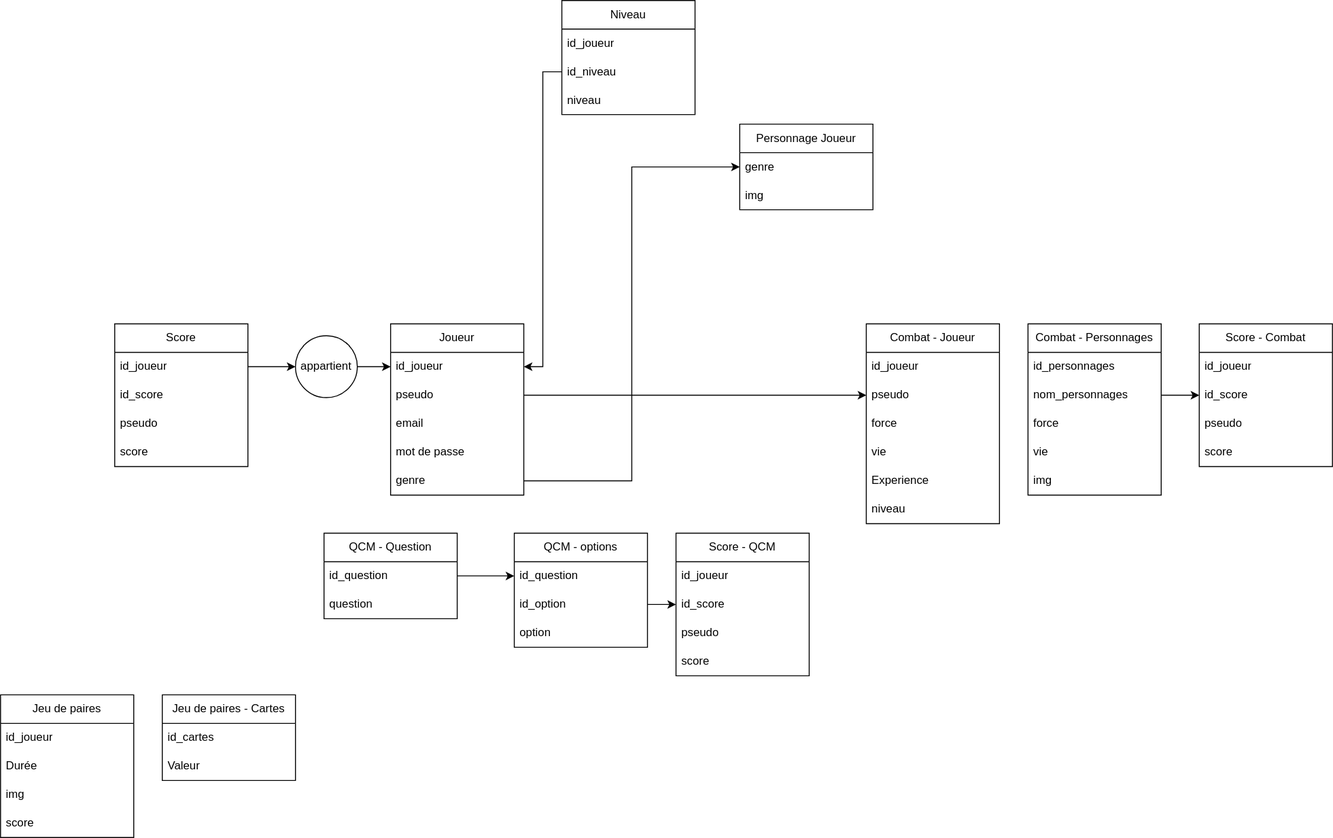
Above: BDD.svg in Oreki2004/Projet-Final-6TTSI (draw.io), before the change. Source tidied: cells renumbered, new cells last; positions are measured from the earlier drawing's top-left corner, leaving out a move shared by most shapes.
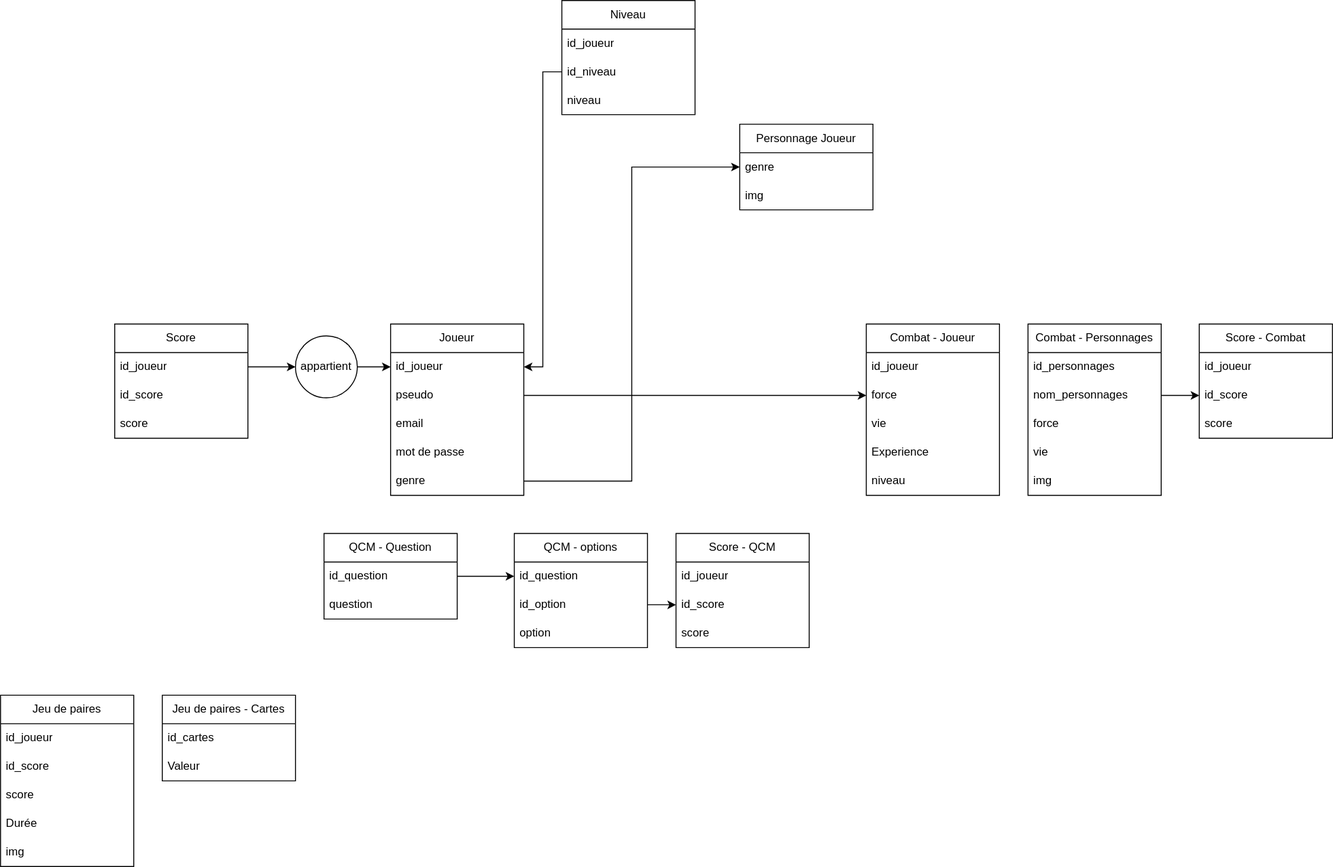
After the commit.

Commit message:
Mettre à jour BDD.svg

What changed in the source:
```diff
@@ -3,7 +3,7 @@
     <mxCell id="0" />
     <mxCell id="1" parent="0" />
     <mxCell id="2" value="Score" style="swimlane;fontStyle=0;horizontal=1;startSize=30;whiteSpace=wrap;html=1;" parent="1" vertex="1">
-      <mxGeometry x="120" y="340" width="140" height="150" as="geometry" />
+      <mxGeometry x="120" y="340" width="140" height="120" as="geometry" />
     </mxCell>
     <mxCell id="3" value="id_joueur" style="text;strokeColor=none;fillColor=none;align=left;verticalAlign=middle;spacingLeft=4;spacingRight=4;overflow=hidden;points=[[0,0.5],[1,0.5]];portConstraint=eastwest;whiteSpace=wrap;html=1;" parent="2" vertex="1">
       <mxGeometry y="30" width="140" height="30" as="geometry" />
@@ -11,11 +11,8 @@
     <mxCell id="4" value="id_score" style="text;strokeColor=none;fillColor=none;align=left;verticalAlign=middle;spacingLeft=4;spacingRight=4;overflow=hidden;whiteSpace=wrap;html=1;" parent="2" vertex="1">
       <mxGeometry y="60" width="140" height="30" as="geometry" />
     </mxCell>
-    <mxCell id="5" value="pseudo" style="text;strokeColor=none;fillColor=none;align=left;verticalAlign=middle;spacingLeft=4;spacingRight=4;overflow=hidden;whiteSpace=wrap;html=1;" parent="2" vertex="1">
-      <mxGeometry y="90" width="140" height="30" as="geometry" />
-    </mxCell>
     <mxCell id="6" value="score" style="text;strokeColor=none;fillColor=none;align=left;verticalAlign=middle;spacingLeft=4;spacingRight=4;overflow=hidden;whiteSpace=wrap;html=1;" parent="2" vertex="1">
-      <mxGeometry y="120" width="140" height="30" as="geometry" />
+      <mxGeometry y="90" width="140" height="30" as="geometry" />
     </mxCell>
     <mxCell id="7" value="Joueur" style="swimlane;fontStyle=0;horizontal=1;startSize=30;whiteSpace=wrap;html=1;" parent="1" vertex="1">
       <mxGeometry x="410" y="340" width="140" height="180" as="geometry" />
@@ -102,31 +99,30 @@
       <mxGeometry relative="1" as="geometry" />
     </mxCell>
     <mxCell id="35" value="Combat - Joueur" style="swimlane;fontStyle=0;horizontal=1;startSize=30;whiteSpace=wrap;html=1;" parent="1" vertex="1">
-      <mxGeometry x="910" y="340" width="140" height="210" as="geometry" />
+      <mxGeometry x="910" y="340" width="140" height="180" as="geometry" />
     </mxCell>
     <mxCell id="36" value="id_joueur" style="text;strokeColor=none;fillColor=none;align=left;verticalAlign=middle;spacingLeft=4;spacingRight=4;overflow=hidden;whiteSpace=wrap;html=1;" parent="35" vertex="1">
       <mxGeometry y="30" width="140" height="30" as="geometry" />
     </mxCell>
-    <mxCell id="37" value="pseudo" style="text;strokeColor=none;fillColor=none;align=left;verticalAlign=middle;spacingLeft=4;spacingRight=4;overflow=hidden;points=[[0,0.5],[1,0.5]];portConstraint=eastwest;whiteSpace=wrap;html=1;" parent="35" vertex="1">
-      <mxGeometry y="60" width="140" height="30" as="geometry" />
-    </mxCell>
     <mxCell id="38" value="force" style="text;strokeColor=none;fillColor=none;align=left;verticalAlign=middle;spacingLeft=4;spacingRight=4;overflow=hidden;whiteSpace=wrap;html=1;" parent="35" vertex="1">
-      <mxGeometry y="90" width="140" height="30" as="geometry" />
+      <mxGeometry y="60" width="140" height="30" as="geometry" />
     </mxCell>
     <mxCell id="39" value="vie" style="text;strokeColor=none;fillColor=none;align=left;verticalAlign=middle;spacingLeft=4;spacingRight=4;overflow=hidden;whiteSpace=wrap;html=1;" parent="35" vertex="1">
-      <mxGeometry y="120" width="140" height="30" as="geometry" />
+      <mxGeometry y="90" width="140" height="30" as="geometry" />
     </mxCell>
     <mxCell id="40" value="Experience" style="text;strokeColor=none;fillColor=none;align=left;verticalAlign=middle;spacingLeft=4;spacingRight=4;overflow=hidden;whiteSpace=wrap;html=1;" parent="35" vertex="1">
-      <mxGeometry y="150" width="140" height="30" as="geometry" />
+      <mxGeometry y="120" width="140" height="30" as="geometry" />
     </mxCell>
     <mxCell id="41" value="niveau" style="text;strokeColor=none;fillColor=none;align=left;verticalAlign=middle;spacingLeft=4;spacingRight=4;overflow=hidden;whiteSpace=wrap;html=1;" parent="35" vertex="1">
-      <mxGeometry y="180" width="140" height="30" as="geometry" />
+      <mxGeometry y="150" width="140" height="30" as="geometry" />
     </mxCell>
-    <mxCell id="42" style="edgeStyle=orthogonalEdgeStyle;rounded=0;jettySize=auto;html=1;entryX=0;entryY=0.5;entryDx=0;entryDy=0;" parent="1" edge="1" source="9" target="37">
-      <mxGeometry relative="1" as="geometry" />
+    <mxCell id="42" style="edgeStyle=orthogonalEdgeStyle;rounded=0;jettySize=auto;html=1;entryX=0;entryY=0.5;entryDx=0;entryDy=0;" parent="1" edge="1" source="9">
+      <mxGeometry relative="1" as="geometry">
+        <mxPoint x="910" y="415" as="targetPoint" />
+      </mxGeometry>
     </mxCell>
     <mxCell id="43" value="Score - QCM" style="swimlane;fontStyle=0;horizontal=1;startSize=30;whiteSpace=wrap;html=1;" parent="1" vertex="1">
-      <mxGeometry x="710" y="560" width="140" height="150" as="geometry" />
+      <mxGeometry x="710" y="560" width="140" height="120" as="geometry" />
     </mxCell>
     <mxCell id="44" value="id_joueur" style="text;strokeColor=none;fillColor=none;align=left;verticalAlign=middle;spacingLeft=4;spacingRight=4;overflow=hidden;whiteSpace=wrap;html=1;" parent="43" vertex="1">
       <mxGeometry y="30" width="140" height="30" as="geometry" />
@@ -134,14 +130,11 @@
     <mxCell id="45" value="id_score" style="text;strokeColor=none;fillColor=none;align=left;verticalAlign=middle;spacingLeft=4;spacingRight=4;overflow=hidden;points=[[0,0.5],[1,0.5]];portConstraint=eastwest;whiteSpace=wrap;html=1;" parent="43" vertex="1">
       <mxGeometry y="60" width="140" height="30" as="geometry" />
     </mxCell>
-    <mxCell id="46" value="pseudo" style="text;strokeColor=none;fillColor=none;align=left;verticalAlign=middle;spacingLeft=4;spacingRight=4;overflow=hidden;whiteSpace=wrap;html=1;" parent="43" vertex="1">
-      <mxGeometry y="90" width="140" height="30" as="geometry" />
-    </mxCell>
     <mxCell id="47" value="score" style="text;strokeColor=none;fillColor=none;align=left;verticalAlign=middle;spacingLeft=4;spacingRight=4;overflow=hidden;whiteSpace=wrap;html=1;" parent="43" vertex="1">
-      <mxGeometry y="120" width="140" height="30" as="geometry" />
+      <mxGeometry y="90" width="140" height="30" as="geometry" />
     </mxCell>
     <mxCell id="48" value="Score - Combat" style="swimlane;fontStyle=0;horizontal=1;startSize=30;whiteSpace=wrap;html=1;" parent="1" vertex="1">
-      <mxGeometry x="1260" y="340" width="140" height="150" as="geometry" />
+      <mxGeometry x="1260" y="340" width="140" height="120" as="geometry" />
     </mxCell>
     <mxCell id="49" value="id_joueur" style="text;strokeColor=none;fillColor=none;align=left;verticalAlign=middle;spacingLeft=4;spacingRight=4;overflow=hidden;whiteSpace=wrap;html=1;" parent="48" vertex="1">
       <mxGeometry y="30" width="140" height="30" as="geometry" />
@@ -149,11 +142,8 @@
     <mxCell id="50" value="id_score" style="text;strokeColor=none;fillColor=none;align=left;verticalAlign=middle;spacingLeft=4;spacingRight=4;overflow=hidden;points=[[0,0.5],[1,0.5]];portConstraint=eastwest;whiteSpace=wrap;html=1;" parent="48" vertex="1">
       <mxGeometry y="60" width="140" height="30" as="geometry" />
     </mxCell>
-    <mxCell id="51" value="pseudo" style="text;strokeColor=none;fillColor=none;align=left;verticalAlign=middle;spacingLeft=4;spacingRight=4;overflow=hidden;whiteSpace=wrap;html=1;" parent="48" vertex="1">
-      <mxGeometry y="90" width="140" height="30" as="geometry" />
-    </mxCell>
     <mxCell id="52" value="score" style="text;strokeColor=none;fillColor=none;align=left;verticalAlign=middle;spacingLeft=4;spacingRight=4;overflow=hidden;whiteSpace=wrap;html=1;" parent="48" vertex="1">
-      <mxGeometry y="120" width="140" height="30" as="geometry" />
+      <mxGeometry y="90" width="140" height="30" as="geometry" />
     </mxCell>
     <mxCell id="53" style="edgeStyle=orthogonalEdgeStyle;rounded=0;jettySize=auto;html=1;entryX=0;entryY=0.5;entryDx=0;entryDy=0;" parent="1" edge="1" source="32" target="45">
       <mxGeometry relative="1" as="geometry" />
@@ -162,20 +152,23 @@
       <mxGeometry relative="1" as="geometry" />
     </mxCell>
     <mxCell id="55" value="Jeu de paires" style="swimlane;fontStyle=0;horizontal=1;startSize=30;whiteSpace=wrap;html=1;" parent="1" vertex="1">
-      <mxGeometry y="730" width="140" height="150" as="geometry" />
+      <mxGeometry y="730" width="140" height="180" as="geometry" />
     </mxCell>
     <mxCell id="56" value="id_joueur" style="text;strokeColor=none;fillColor=none;align=left;verticalAlign=middle;spacingLeft=4;spacingRight=4;overflow=hidden;whiteSpace=wrap;html=1;" parent="55" vertex="1">
       <mxGeometry y="30" width="140" height="30" as="geometry" />
     </mxCell>
+    <mxCell id="67" value="id_score" style="text;strokeColor=none;fillColor=none;align=left;verticalAlign=middle;spacingLeft=4;spacingRight=4;overflow=hidden;whiteSpace=wrap;html=1;" parent="55" vertex="1">
+      <mxGeometry y="60" width="140" height="30" as="geometry" />
+    </mxCell>
+    <mxCell id="59" value="score" style="text;strokeColor=none;fillColor=none;align=left;verticalAlign=middle;spacingLeft=4;spacingRight=4;overflow=hidden;whiteSpace=wrap;html=1;" parent="55" vertex="1">
+      <mxGeometry y="90" width="140" height="30" as="geometry" />
+    </mxCell>
     <mxCell id="57" value="Durée" style="text;strokeColor=none;fillColor=none;align=left;verticalAlign=middle;spacingLeft=4;spacingRight=4;overflow=hidden;whiteSpace=wrap;html=1;" parent="55" vertex="1">
-      <mxGeometry y="60" width="140" height="30" as="geometry" />
+      <mxGeometry y="120" width="140" height="30" as="geometry" />
     </mxCell>
     <mxCell id="58" value="img" style="text;strokeColor=none;fillColor=none;align=left;verticalAlign=middle;spacingLeft=4;spacingRight=4;overflow=hidden;whiteSpace=wrap;html=1;" parent="55" vertex="1">
-      <mxGeometry y="90" width="140" height="30" as="geometry" />
+      <mxGeometry y="150" width="140" height="30" as="geometry" />
     </mxCell>
-    <mxCell id="59" value="score" style="text;strokeColor=none;fillColor=none;align=left;verticalAlign=middle;spacingLeft=4;spacingRight=4;overflow=hidden;whiteSpace=wrap;html=1;" parent="55" vertex="1">
-      <mxGeometry y="120" width="140" height="30" as="geometry" />
-    </mxCell>
     <mxCell id="60" value="Jeu de paires - Cartes" style="swimlane;fontStyle=0;horizontal=1;startSize=30;whiteSpace=wrap;html=1;" parent="1" vertex="1">
       <mxGeometry x="170" y="730" width="140" height="90" as="geometry" />
     </mxCell>
```
